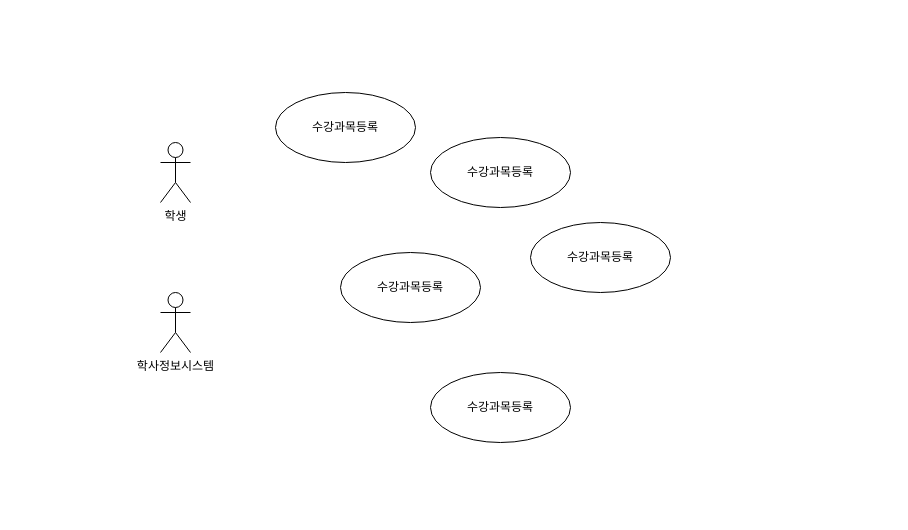
Above: doc/02_RA/Team4/대학생을 위한 To do List 관리_진선.drawio in eunbi-kim/24_2_W_SeProj (draw.io), before the change. Source tidied: cells renumbered, new cells numbered last; positions are measured from the earlier drawing's top-left corner, leaving out a move shared by most shapes. Both pictures are drawn from the tidied source at 100%, with x=0, y=0 at pixel (160, 92).
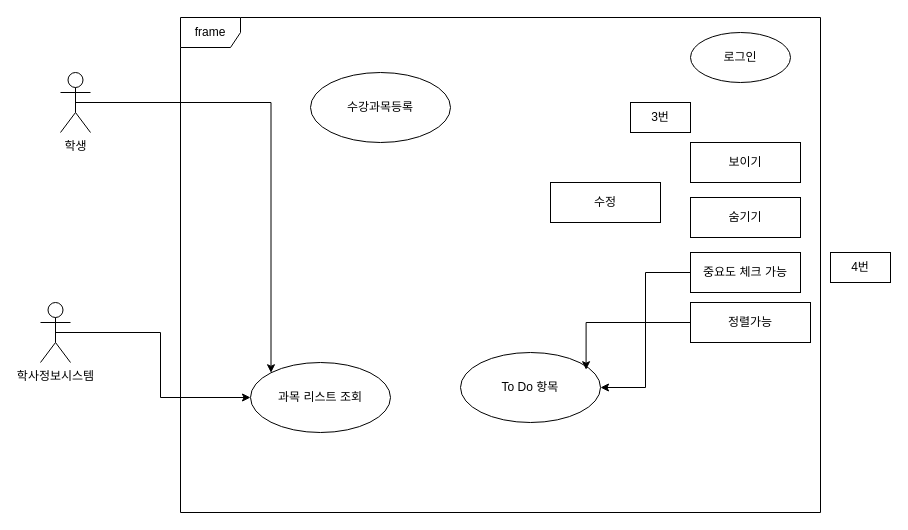
The same diagram, later.

Commit message (it also covers changes not shown here):
대학생을 위한 To do List 관리_진선.drawio 업데이트

Change to the diagram source:
```diff
@@
 <mxGraphModel>
   <root>
     <mxCell id="0" />
     <mxCell id="1" parent="0" />
+    <mxCell id="9" style="edgeStyle=orthogonalEdgeStyle;rounded=0;jettySize=auto;html=1;exitX=0.5;exitY=0.5;exitDx=0;exitDy=0;exitPerimeter=0;entryX=0;entryY=0;entryDx=0;entryDy=0;" parent="1" edge="1" source="2" target="23">
+      <mxGeometry relative="1" as="geometry" />
+    </mxCell>
     <mxCell id="2" value="학생" style="shape=umlActor;verticalLabelPosition=bottom;verticalAlign=top;html=1;outlineConnect=0;" parent="1" vertex="1">
-      <mxGeometry y="50" width="30" height="60" as="geometry" />
+      <mxGeometry x="-100" y="-20" width="30" height="60" as="geometry" />
     </mxCell>
+    <mxCell id="10" style="edgeStyle=orthogonalEdgeStyle;rounded=0;jettySize=auto;html=1;exitX=0.5;exitY=0.5;exitDx=0;exitDy=0;exitPerimeter=0;entryX=0;entryY=0.5;entryDx=0;entryDy=0;" parent="1" edge="1" source="3" target="23">
+      <mxGeometry relative="1" as="geometry" />
+    </mxCell>
     <mxCell id="3" value="학사정보시스템" style="shape=umlActor;verticalLabelPosition=bottom;verticalAlign=top;html=1;outlineConnect=0;" parent="1" vertex="1">
-      <mxGeometry y="200" width="30" height="60" as="geometry" />
+      <mxGeometry x="-120" y="210" width="30" height="60" as="geometry" />
     </mxCell>
-    <mxCell id="4" value="수강과목등록" style="ellipse;whiteSpace=wrap;html=1;strokeColor=default;align=center;verticalAlign=middle;fontFamily=Helvetica;fontSize=12;fontColor=default;fillColor=default;" parent="1" vertex="1">
-      <mxGeometry x="180" y="160" width="140" height="70" as="geometry" />
-    </mxCell>
-    <mxCell id="5" value="수강과목등록" style="ellipse;whiteSpace=wrap;html=1;strokeColor=default;align=center;verticalAlign=middle;fontFamily=Helvetica;fontSize=12;fontColor=default;fillColor=default;" parent="1" vertex="1">
-      <mxGeometry x="270" y="45" width="140" height="70" as="geometry" />
-    </mxCell>
-    <mxCell id="6" value="수강과목등록" style="ellipse;whiteSpace=wrap;html=1;strokeColor=default;align=center;verticalAlign=middle;fontFamily=Helvetica;fontSize=12;fontColor=default;fillColor=default;" parent="1" vertex="1">
-      <mxGeometry x="370" y="130" width="140" height="70" as="geometry" />
-    </mxCell>
-    <mxCell id="7" value="수강과목등록" style="ellipse;whiteSpace=wrap;html=1;strokeColor=default;align=center;verticalAlign=middle;fontFamily=Helvetica;fontSize=12;fontColor=default;fillColor=default;" parent="1" vertex="1">
-      <mxGeometry x="270" y="280" width="140" height="70" as="geometry" />
-    </mxCell>
     <mxCell id="8" value="수강과목등록" style="ellipse;whiteSpace=wrap;html=1;strokeColor=default;align=center;verticalAlign=middle;fontFamily=Helvetica;fontSize=12;fontColor=default;fillColor=default;" parent="1" vertex="1">
-      <mxGeometry x="115" width="140" height="70" as="geometry" />
+      <mxGeometry x="150" y="-20" width="140" height="70" as="geometry" />
     </mxCell>
+    <mxCell id="11" value="숨기기" style="html=1;whiteSpace=wrap;strokeColor=default;" parent="1" vertex="1">
+      <mxGeometry x="530" y="105" width="110" height="40" as="geometry" />
+    </mxCell>
+    <mxCell id="12" value="보이기" style="html=1;whiteSpace=wrap;" parent="1" vertex="1">
+      <mxGeometry x="530" y="50" width="110" height="40" as="geometry" />
+    </mxCell>
+    <mxCell id="13" value="수정" style="html=1;whiteSpace=wrap;" parent="1" vertex="1">
+      <mxGeometry x="390" y="90" width="110" height="40" as="geometry" />
+    </mxCell>
+    <mxCell id="14" style="edgeStyle=orthogonalEdgeStyle;rounded=0;jettySize=auto;html=1;exitX=0;exitY=0.5;exitDx=0;exitDy=0;entryX=1;entryY=0.5;entryDx=0;entryDy=0;" parent="1" edge="1" source="15" target="20">
+      <mxGeometry relative="1" as="geometry" />
+    </mxCell>
+    <mxCell id="15" value="중요도 체크 가능" style="html=1;whiteSpace=wrap;" parent="1" vertex="1">
+      <mxGeometry x="530" y="160" width="110" height="40" as="geometry" />
+    </mxCell>
+    <mxCell id="16" value="로그인" style="ellipse;whiteSpace=wrap;html=1;strokeColor=default;align=center;verticalAlign=middle;fontFamily=Helvetica;fontSize=12;fontColor=default;fillColor=default;" parent="1" vertex="1">
+      <mxGeometry x="530" y="-60" width="100" height="50" as="geometry" />
+    </mxCell>
+    <mxCell id="17" value="정렬가능" style="html=1;whiteSpace=wrap;" parent="1" vertex="1">
+      <mxGeometry x="530" y="210" width="120" height="40" as="geometry" />
+    </mxCell>
+    <mxCell id="18" value="3번" style="html=1;whiteSpace=wrap;" parent="1" vertex="1">
+      <mxGeometry x="470" y="10" width="60" height="30" as="geometry" />
+    </mxCell>
+    <mxCell id="19" value="4번" style="html=1;whiteSpace=wrap;" parent="1" vertex="1">
+      <mxGeometry x="670" y="160" width="60" height="30" as="geometry" />
+    </mxCell>
+    <mxCell id="20" value="To Do 항목" style="ellipse;whiteSpace=wrap;html=1;strokeColor=default;align=center;verticalAlign=middle;fontFamily=Helvetica;fontSize=12;fontColor=default;fillColor=default;" parent="1" vertex="1">
+      <mxGeometry x="300" y="260" width="140" height="70" as="geometry" />
+    </mxCell>
+    <mxCell id="21" style="edgeStyle=orthogonalEdgeStyle;rounded=0;jettySize=auto;html=1;exitX=0;exitY=0.5;exitDx=0;exitDy=0;entryX=0.897;entryY=0.246;entryDx=0;entryDy=0;entryPerimeter=0;" parent="1" edge="1" source="17" target="20">
+      <mxGeometry relative="1" as="geometry" />
+    </mxCell>
+    <mxCell id="22" value="frame" style="shape=umlFrame;whiteSpace=wrap;html=1;" parent="1" vertex="1">
+      <mxGeometry x="20" y="-75" width="640" height="495" as="geometry" />
+    </mxCell>
+    <mxCell id="23" value="과목 리스트 조회" style="ellipse;whiteSpace=wrap;html=1;strokeColor=default;align=center;verticalAlign=middle;fontFamily=Helvetica;fontSize=12;fontColor=default;fillColor=default;" parent="1" vertex="1">
+      <mxGeometry x="90" y="270" width="140" height="70" as="geometry" />
+    </mxCell>
   </root>
 </mxGraphModel>
```
